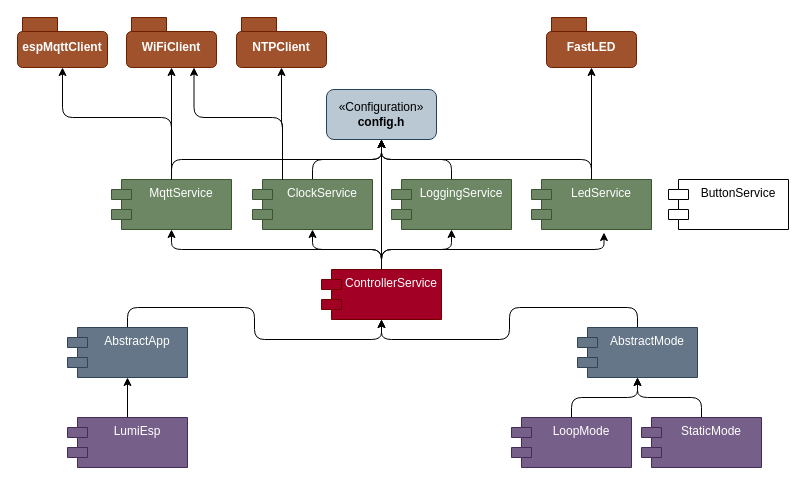
Earlier version of the draw.io diagram page "Classes" (2 of 3) of media/drawio/sketches.drawio (Friedjof/LumiESP). Source tidied: cells renumbered, new cells numbered last; positions are measured from the earlier drawing's top-left corner, leaving out a move shared by most shapes. Both pictures are drawn from the tidied source at 100%, with x=0, y=0 at pixel (17, 17).
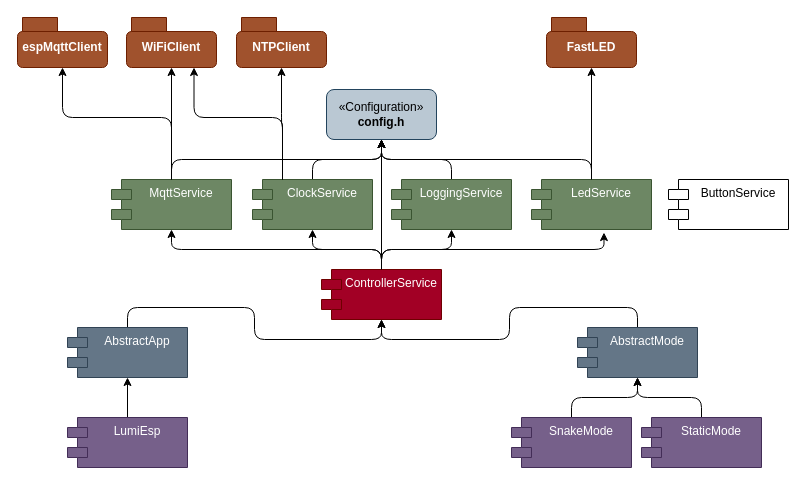
Above is the later version.

What changed in the source:
```diff
@@
-    <mxCell id="25" value="LoopMode" style="shape=module;align=left;spacingLeft=20;align=center;verticalAlign=top;whiteSpace=wrap;html=1;shadow=0;fillColor=#76608a;fontColor=#ffffff;strokeColor=#432D57;rounded=1;" parent="1" vertex="1">
+    <mxCell id="25" value="SnakeMode" style="shape=module;align=left;spacingLeft=20;align=center;verticalAlign=top;whiteSpace=wrap;html=1;shadow=0;fillColor=#76608a;fontColor=#ffffff;strokeColor=#432D57;rounded=1;" parent="1" vertex="1">
       <mxGeometry x="494" y="400" width="120" height="50" as="geometry" />
     </mxCell>
```
